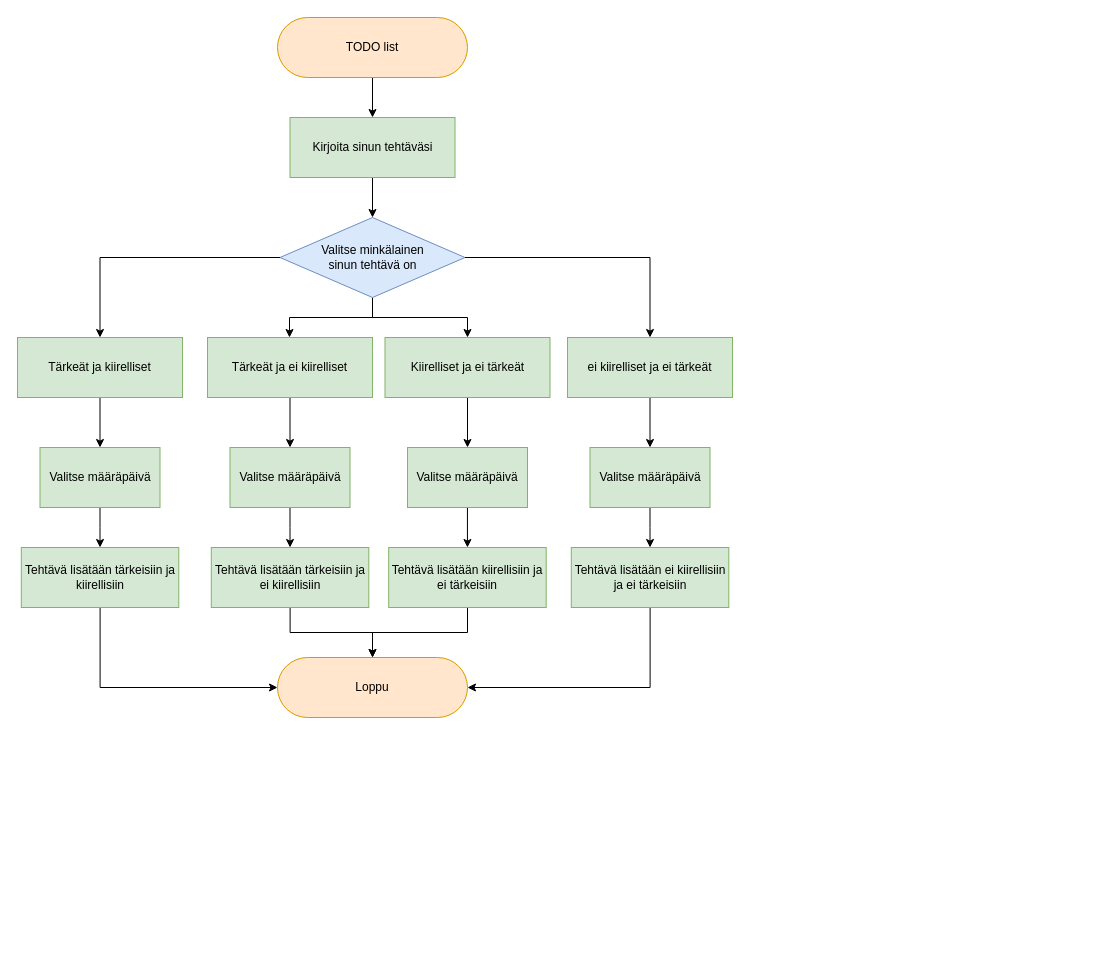
Above: Diagram.drawio in IrinaTuma/TODO-list (draw.io), before the change. Source tidied: cells renumbered, new cells numbered last; positions are measured from the earlier drawing's top-left corner, leaving out a move shared by most shapes. Both pictures are drawn from the tidied source at 100%, with x=0, y=0 at pixel (17, 17).
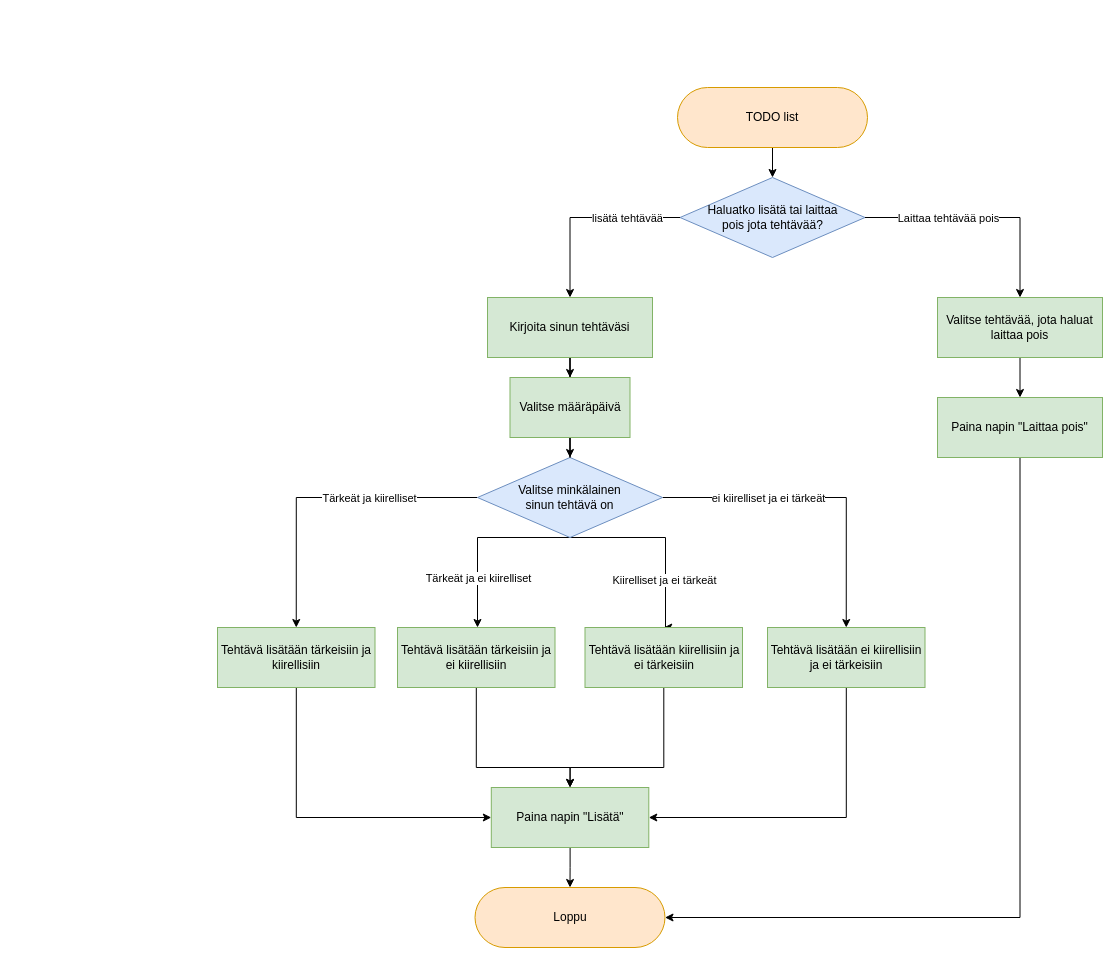
The same diagram, later.

Commit message:
Diagram updated. There is a scheme of the application.

Change to the diagram source:
```diff
@@
-    <mxCell id="2" style="edgeStyle=orthogonalEdgeStyle;rounded=0;jettySize=auto;html=1;entryX=0.5;entryY=0;entryDx=0;entryDy=0;" parent="1" edge="1" source="3" target="5">
+    <mxCell id="2" style="edgeStyle=orthogonalEdgeStyle;rounded=0;jettySize=auto;html=1;entryX=0.5;entryY=0;entryDx=0;entryDy=0;" parent="1" edge="1" source="3" target="41">
       <mxGeometry relative="1" as="geometry" />
     </mxCell>
     <mxCell id="3" value="TODO list" style="rounded=1;whiteSpace=wrap;html=1;arcSize=50;fillColor=#ffe6cc;strokeColor=#d79b00;" parent="1" vertex="1">
-      <mxGeometry x="260" width="190" height="60" as="geometry" />
+      <mxGeometry x="660" y="70" width="190" height="60" as="geometry" />
     </mxCell>
-    <mxCell id="4" style="edgeStyle=orthogonalEdgeStyle;rounded=0;jettySize=auto;html=1;entryX=0.5;entryY=0;entryDx=0;entryDy=0;" parent="1" edge="1" source="5" target="10">
-      <mxGeometry relative="1" as="geometry" />
-    </mxCell>
+    <mxCell id="36" style="edgeStyle=orthogonalEdgeStyle;rounded=0;jettySize=auto;html=1;entryX=0.5;entryY=0;entryDx=0;entryDy=0;" parent="1" edge="1" source="5" target="43">
+      <mxGeometry relative="1" as="geometry" />
+    </mxCell>
     <mxCell id="5" value="Kirjoita sinun tehtäväsi" style="rounded=0;whiteSpace=wrap;html=1;fillColor=#d5e8d4;strokeColor=#82b366;" parent="1" vertex="1">
-      <mxGeometry x="272.5" y="100" width="165" height="60" as="geometry" />
+      <mxGeometry x="470" y="280" width="165" height="60" as="geometry" />
     </mxCell>
-    <mxCell id="6" style="edgeStyle=orthogonalEdgeStyle;rounded=0;jettySize=auto;html=1;entryX=0.5;entryY=0;entryDx=0;entryDy=0;" parent="1" edge="1" source="10" target="12">
+    <mxCell id="6" style="edgeStyle=orthogonalEdgeStyle;rounded=0;jettySize=auto;html=1;entryX=0.5;entryY=0;entryDx=0;entryDy=0;" parent="1" edge="1" source="10" target="28">
       <mxGeometry relative="1" as="geometry" />
     </mxCell>
+    <mxCell id="12" value="Tärkeät ja kiirelliset" style="edgeLabel;html=1;align=center;verticalAlign=middle;points=[];" parent="6" vertex="1">
+      <mxGeometry x="0.03" relative="1" as="geometry">
+        <mxPoint x="51" as="offset" />
+      </mxGeometry>
+    </mxCell>
-    <mxCell id="7" style="edgeStyle=orthogonalEdgeStyle;rounded=0;jettySize=auto;html=1;" parent="1" edge="1" source="10" target="14">
+    <mxCell id="7" style="edgeStyle=orthogonalEdgeStyle;rounded=0;jettySize=auto;html=1;exitX=0.5;exitY=1;exitDx=0;exitDy=0;" parent="1" edge="1" source="10" target="30">
       <mxGeometry relative="1" as="geometry">
         <Array as="points">
-          <mxPoint x="355" y="300" />
-          <mxPoint x="272" y="300" />
+          <mxPoint x="460" y="520" />
         </Array>
       </mxGeometry>
     </mxCell>
+    <mxCell id="14" value="Tärkeät ja ei kiirelliset" style="edgeLabel;html=1;align=center;verticalAlign=middle;points=[];" parent="7" vertex="1">
+      <mxGeometry x="0.38" relative="1" as="geometry">
+        <mxPoint y="7" as="offset" />
+      </mxGeometry>
+    </mxCell>
-    <mxCell id="8" style="edgeStyle=orthogonalEdgeStyle;rounded=0;jettySize=auto;html=1;entryX=0.5;entryY=0;entryDx=0;entryDy=0;" parent="1" edge="1" source="10" target="16">
-      <mxGeometry relative="1" as="geometry" />
+    <mxCell id="8" style="edgeStyle=orthogonalEdgeStyle;rounded=0;jettySize=auto;html=1;entryX=0.5;entryY=0;entryDx=0;entryDy=0;exitX=0.5;exitY=1;exitDx=0;exitDy=0;" parent="1" edge="1" source="10" target="32">
+      <mxGeometry relative="1" as="geometry">
+        <Array as="points">
+          <mxPoint x="648" y="520" />
+        </Array>
+      </mxGeometry>
     </mxCell>
+    <mxCell id="16" value="Kiirelliset ja ei tärkeät" style="edgeLabel;html=1;align=center;verticalAlign=middle;points=[];" parent="8" vertex="1">
+      <mxGeometry x="0.18" y="-2" relative="1" as="geometry">
+        <mxPoint y="28" as="offset" />
+      </mxGeometry>
+    </mxCell>
-    <mxCell id="9" style="edgeStyle=orthogonalEdgeStyle;rounded=0;jettySize=auto;html=1;" parent="1" edge="1" source="10" target="18">
+    <mxCell id="9" style="edgeStyle=orthogonalEdgeStyle;rounded=0;jettySize=auto;html=1;entryX=0.5;entryY=0;entryDx=0;entryDy=0;" parent="1" edge="1" source="10" target="34">
       <mxGeometry relative="1" as="geometry" />
     </mxCell>
+    <mxCell id="18" value="ei kiirelliset ja ei tärkeät" style="edgeLabel;html=1;align=center;verticalAlign=middle;points=[];" parent="9" vertex="1">
+      <mxGeometry x="0.05" y="-1" relative="1" as="geometry">
+        <mxPoint x="-60" y="-1" as="offset" />
+      </mxGeometry>
+    </mxCell>
     <mxCell id="10" value="Valitse minkälainen&lt;br&gt;sinun tehtävä on" style="rhombus;whiteSpace=wrap;html=1;fillColor=#dae8fc;strokeColor=#6c8ebf;" parent="1" vertex="1">
-      <mxGeometry x="262.5" y="200" width="185" height="80" as="geometry" />
+      <mxGeometry x="460" y="440" width="185" height="80" as="geometry" />
     </mxCell>
-    <mxCell id="11" style="edgeStyle=orthogonalEdgeStyle;rounded=0;jettySize=auto;html=1;entryX=0.5;entryY=0;entryDx=0;entryDy=0;" parent="1" edge="1" source="12" target="26">
-      <mxGeometry relative="1" as="geometry" />
-    </mxCell>
-    <mxCell id="12" value="Tärkeät ja kiirelliset" style="rounded=0;whiteSpace=wrap;html=1;fillColor=#d5e8d4;strokeColor=#82b366;" parent="1" vertex="1">
-      <mxGeometry y="320" width="165" height="60" as="geometry" />
-    </mxCell>
-    <mxCell id="13" style="edgeStyle=orthogonalEdgeStyle;rounded=0;jettySize=auto;html=1;entryX=0.5;entryY=0;entryDx=0;entryDy=0;" parent="1" edge="1" source="14" target="24">
-      <mxGeometry relative="1" as="geometry" />
-    </mxCell>
-    <mxCell id="14" value="Tärkeät ja ei kiirelliset" style="rounded=0;whiteSpace=wrap;html=1;fillColor=#d5e8d4;strokeColor=#82b366;" parent="1" vertex="1">
-      <mxGeometry x="190" y="320" width="165" height="60" as="geometry" />
-    </mxCell>
-    <mxCell id="15" style="edgeStyle=orthogonalEdgeStyle;rounded=0;jettySize=auto;html=1;" parent="1" edge="1" source="16" target="22">
-      <mxGeometry relative="1" as="geometry" />
-    </mxCell>
-    <mxCell id="16" value="Kiirelliset ja ei tärkeät" style="rounded=0;whiteSpace=wrap;html=1;fillColor=#d5e8d4;strokeColor=#82b366;" parent="1" vertex="1">
-      <mxGeometry x="367.5" y="320" width="165" height="60" as="geometry" />
-    </mxCell>
-    <mxCell id="17" style="edgeStyle=orthogonalEdgeStyle;rounded=0;jettySize=auto;html=1;entryX=0.5;entryY=0;entryDx=0;entryDy=0;" parent="1" edge="1" source="18" target="20">
-      <mxGeometry relative="1" as="geometry" />
-    </mxCell>
-    <mxCell id="18" value="ei kiirelliset ja ei tärkeät" style="rounded=0;whiteSpace=wrap;html=1;fillColor=#d5e8d4;strokeColor=#82b366;" parent="1" vertex="1">
-      <mxGeometry x="550" y="320" width="165" height="60" as="geometry" />
-    </mxCell>
-    <mxCell id="19" style="edgeStyle=orthogonalEdgeStyle;rounded=0;jettySize=auto;html=1;entryX=0.5;entryY=0;entryDx=0;entryDy=0;" parent="1" edge="1" source="20" target="34">
-      <mxGeometry relative="1" as="geometry" />
-    </mxCell>
-    <mxCell id="20" value="Valitse määräpäivä" style="rounded=0;whiteSpace=wrap;html=1;fillColor=#d5e8d4;strokeColor=#82b366;" parent="1" vertex="1">
-      <mxGeometry x="572.5" y="430" width="120" height="60" as="geometry" />
-    </mxCell>
-    <mxCell id="21" style="edgeStyle=orthogonalEdgeStyle;rounded=0;jettySize=auto;html=1;entryX=0.5;entryY=0;entryDx=0;entryDy=0;" parent="1" edge="1" source="22" target="32">
-      <mxGeometry relative="1" as="geometry" />
-    </mxCell>
-    <mxCell id="22" value="Valitse määräpäivä" style="rounded=0;whiteSpace=wrap;html=1;fillColor=#d5e8d4;strokeColor=#82b366;" parent="1" vertex="1">
-      <mxGeometry x="390" y="430" width="120" height="60" as="geometry" />
-    </mxCell>
-    <mxCell id="23" style="edgeStyle=orthogonalEdgeStyle;rounded=0;jettySize=auto;html=1;entryX=0.5;entryY=0;entryDx=0;entryDy=0;" parent="1" edge="1" source="24" target="30">
-      <mxGeometry relative="1" as="geometry" />
-    </mxCell>
-    <mxCell id="24" value="Valitse määräpäivä" style="rounded=0;whiteSpace=wrap;html=1;fillColor=#d5e8d4;strokeColor=#82b366;" parent="1" vertex="1">
-      <mxGeometry x="212.5" y="430" width="120" height="60" as="geometry" />
-    </mxCell>
-    <mxCell id="25" style="edgeStyle=orthogonalEdgeStyle;rounded=0;jettySize=auto;html=1;entryX=0.5;entryY=0;entryDx=0;entryDy=0;" parent="1" edge="1" source="26" target="28">
-      <mxGeometry relative="1" as="geometry" />
-    </mxCell>
-    <mxCell id="26" value="Valitse määräpäivä" style="rounded=0;whiteSpace=wrap;html=1;fillColor=#d5e8d4;strokeColor=#82b366;" parent="1" vertex="1">
-      <mxGeometry x="22.5" y="430" width="120" height="60" as="geometry" />
-    </mxCell>
-    <mxCell id="27" style="edgeStyle=orthogonalEdgeStyle;rounded=0;jettySize=auto;html=1;entryX=0;entryY=0.5;entryDx=0;entryDy=0;" parent="1" edge="1" source="28" target="35">
+    <mxCell id="27" style="edgeStyle=orthogonalEdgeStyle;rounded=0;jettySize=auto;html=1;entryX=0;entryY=0.5;entryDx=0;entryDy=0;" parent="1" edge="1" target="49">
       <mxGeometry relative="1" as="geometry">
+        <mxPoint x="278.8" y="670" as="sourcePoint" />
         <Array as="points">
-          <mxPoint x="83" y="670" />
+          <mxPoint x="279" y="800" />
         </Array>
       </mxGeometry>
     </mxCell>
     <mxCell id="28" value="Tehtävä lisätään tärkeisiin ja kiirellisiin" style="rounded=0;whiteSpace=wrap;html=1;fillColor=#d5e8d4;strokeColor=#82b366;" parent="1" vertex="1">
-      <mxGeometry x="3.8" y="530" width="157.5" height="60" as="geometry" />
+      <mxGeometry x="200" y="610" width="157.5" height="60" as="geometry" />
     </mxCell>
-    <mxCell id="29" style="edgeStyle=orthogonalEdgeStyle;rounded=0;jettySize=auto;html=1;entryX=0.5;entryY=0;entryDx=0;entryDy=0;" parent="1" edge="1" source="30" target="35">
-      <mxGeometry relative="1" as="geometry" />
+    <mxCell id="29" style="edgeStyle=orthogonalEdgeStyle;rounded=0;jettySize=auto;html=1;entryX=0.5;entryY=0;entryDx=0;entryDy=0;" parent="1" edge="1" source="30" target="49">
+      <mxGeometry relative="1" as="geometry">
+        <Array as="points">
+          <mxPoint x="459" y="750" />
+          <mxPoint x="553" y="750" />
+        </Array>
+      </mxGeometry>
     </mxCell>
     <mxCell id="30" value="Tehtävä lisätään tärkeisiin ja ei kiirellisiin" style="rounded=0;whiteSpace=wrap;html=1;fillColor=#d5e8d4;strokeColor=#82b366;" parent="1" vertex="1">
-      <mxGeometry x="193.8" y="530" width="157.5" height="60" as="geometry" />
+      <mxGeometry x="380" y="610" width="157.5" height="60" as="geometry" />
     </mxCell>
-    <mxCell id="31" style="edgeStyle=orthogonalEdgeStyle;rounded=0;jettySize=auto;html=1;" parent="1" edge="1" source="32" target="35">
-      <mxGeometry relative="1" as="geometry" />
+    <mxCell id="31" style="edgeStyle=orthogonalEdgeStyle;rounded=0;jettySize=auto;html=1;entryX=0.5;entryY=0;entryDx=0;entryDy=0;" parent="1" edge="1" source="32" target="49">
+      <mxGeometry relative="1" as="geometry">
+        <Array as="points">
+          <mxPoint x="646" y="750" />
+          <mxPoint x="553" y="750" />
+        </Array>
+      </mxGeometry>
     </mxCell>
     <mxCell id="32" value="Tehtävä lisätään kiirellisiin ja ei tärkeisiin" style="rounded=0;whiteSpace=wrap;html=1;fillColor=#d5e8d4;strokeColor=#82b366;" parent="1" vertex="1">
-      <mxGeometry x="371.2" y="530" width="157.5" height="60" as="geometry" />
+      <mxGeometry x="567.5" y="610" width="157.5" height="60" as="geometry" />
     </mxCell>
-    <mxCell id="33" style="edgeStyle=orthogonalEdgeStyle;rounded=0;jettySize=auto;html=1;entryX=1;entryY=0.5;entryDx=0;entryDy=0;" parent="1" edge="1" source="34" target="35">
+    <mxCell id="33" style="edgeStyle=orthogonalEdgeStyle;rounded=0;jettySize=auto;html=1;entryX=1;entryY=0.5;entryDx=0;entryDy=0;" parent="1" edge="1" source="34" target="49">
       <mxGeometry relative="1" as="geometry">
         <Array as="points">
-          <mxPoint x="633" y="670" />
+          <mxPoint x="829" y="800" />
         </Array>
       </mxGeometry>
     </mxCell>
     <mxCell id="34" value="Tehtävä lisätään ei kiirellisiin ja ei tärkeisiin" style="rounded=0;whiteSpace=wrap;html=1;fillColor=#d5e8d4;strokeColor=#82b366;" parent="1" vertex="1">
-      <mxGeometry x="553.8" y="530" width="157.5" height="60" as="geometry" />
+      <mxGeometry x="750" y="610" width="157.5" height="60" as="geometry" />
     </mxCell>
     <mxCell id="35" value="Loppu" style="rounded=1;whiteSpace=wrap;html=1;arcSize=50;fillColor=#ffe6cc;strokeColor=#d79b00;" parent="1" vertex="1">
-      <mxGeometry x="260" y="640" width="190" height="60" as="geometry" />
+      <mxGeometry x="457.5" y="870" width="190" height="60" as="geometry" />
     </mxCell>
+    <mxCell id="37" style="edgeStyle=orthogonalEdgeStyle;rounded=0;jettySize=auto;html=1;" parent="1" edge="1" source="41" target="5">
+      <mxGeometry relative="1" as="geometry" />
+    </mxCell>
+    <mxCell id="38" value="lisätä tehtävää" style="edgeLabel;html=1;align=center;verticalAlign=middle;" parent="37" vertex="1">
+      <mxGeometry x="0.01" y="-2" relative="1" as="geometry">
+        <mxPoint x="43" y="2" as="offset" />
+      </mxGeometry>
+    </mxCell>
+    <mxCell id="39" style="edgeStyle=orthogonalEdgeStyle;rounded=0;jettySize=auto;html=1;" parent="1" edge="1" source="41" target="45">
+      <mxGeometry relative="1" as="geometry" />
+    </mxCell>
+    <mxCell id="40" value="Laittaa tehtävää pois" style="edgeLabel;html=1;align=center;verticalAlign=middle;" parent="39" vertex="1">
+      <mxGeometry x="-0.58" relative="1" as="geometry">
+        <mxPoint x="34" as="offset" />
+      </mxGeometry>
+    </mxCell>
+    <mxCell id="41" value="Haluatko lisätä tai laittaa&lt;br&gt;pois jota tehtävää?" style="rhombus;whiteSpace=wrap;html=1;fillColor=#dae8fc;strokeColor=#6c8ebf;" parent="1" vertex="1">
+      <mxGeometry x="662.5" y="160" width="185" height="80" as="geometry" />
+    </mxCell>
+    <mxCell id="42" style="edgeStyle=orthogonalEdgeStyle;rounded=0;jettySize=auto;html=1;entryX=0.5;entryY=0;entryDx=0;entryDy=0;" parent="1" edge="1" source="43" target="10">
+      <mxGeometry relative="1" as="geometry" />
+    </mxCell>
+    <mxCell id="43" value="Valitse määräpäivä" style="rounded=0;whiteSpace=wrap;html=1;fillColor=#d5e8d4;strokeColor=#82b366;" parent="1" vertex="1">
+      <mxGeometry x="492.5" y="360" width="120" height="60" as="geometry" />
+    </mxCell>
+    <mxCell id="44" style="edgeStyle=orthogonalEdgeStyle;rounded=0;jettySize=auto;html=1;" parent="1" edge="1" source="45" target="47">
+      <mxGeometry relative="1" as="geometry" />
+    </mxCell>
+    <mxCell id="45" value="Valitse tehtävää, jota haluat laittaa pois" style="rounded=0;whiteSpace=wrap;html=1;fillColor=#d5e8d4;strokeColor=#82b366;" parent="1" vertex="1">
+      <mxGeometry x="920" y="280" width="165" height="60" as="geometry" />
+    </mxCell>
+    <mxCell id="46" style="edgeStyle=orthogonalEdgeStyle;rounded=0;jettySize=auto;html=1;entryX=1;entryY=0.5;entryDx=0;entryDy=0;exitX=0.5;exitY=1;exitDx=0;exitDy=0;" parent="1" edge="1" source="47" target="35">
+      <mxGeometry relative="1" as="geometry" />
+    </mxCell>
+    <mxCell id="47" value="Paina napin &quot;Laittaa pois&quot;" style="rounded=0;whiteSpace=wrap;html=1;fillColor=#d5e8d4;strokeColor=#82b366;" parent="1" vertex="1">
+      <mxGeometry x="920" y="380" width="165" height="60" as="geometry" />
+    </mxCell>
+    <mxCell id="48" style="edgeStyle=orthogonalEdgeStyle;rounded=0;jettySize=auto;html=1;" parent="1" edge="1" source="49" target="35">
+      <mxGeometry relative="1" as="geometry" />
+    </mxCell>
+    <mxCell id="49" value="Paina napin &quot;Lisätä&quot;" style="rounded=0;whiteSpace=wrap;html=1;fillColor=#d5e8d4;strokeColor=#82b366;" parent="1" vertex="1">
+      <mxGeometry x="473.8" y="770" width="157.5" height="60" as="geometry" />
+    </mxCell>
```
